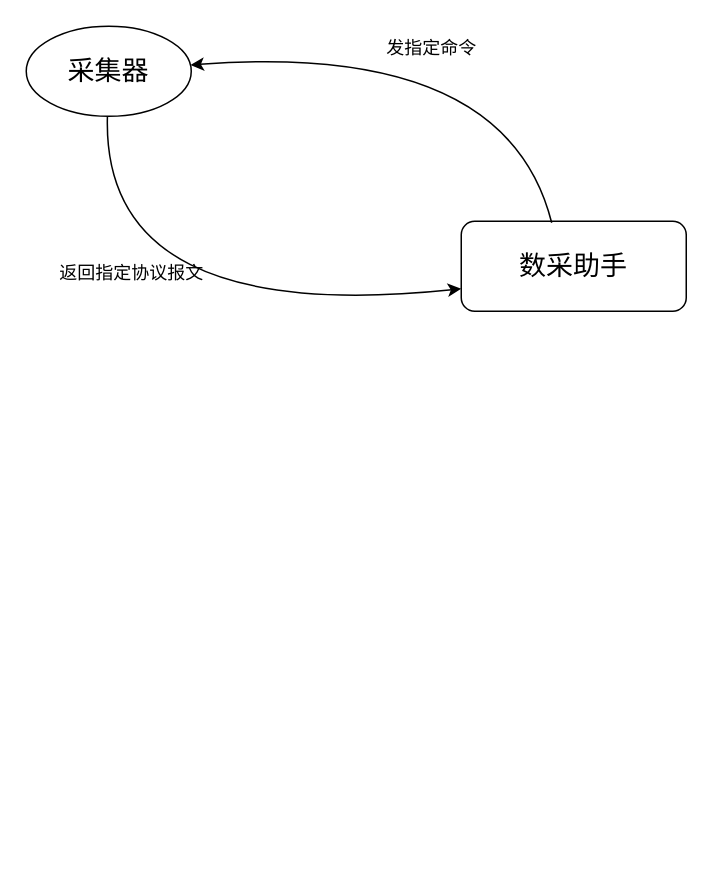
This is 未命名绘图.drawio from GoodDream01/nm-serial, a draw.io file, before an edit. Source tidied: cells renumbered, new cells numbered last; positions are measured from the earlier drawing's top-left corner, leaving out a move shared by most shapes. Both pictures are drawn from the tidied source at 150%, with x=0, y=0 at pixel (26, 26).
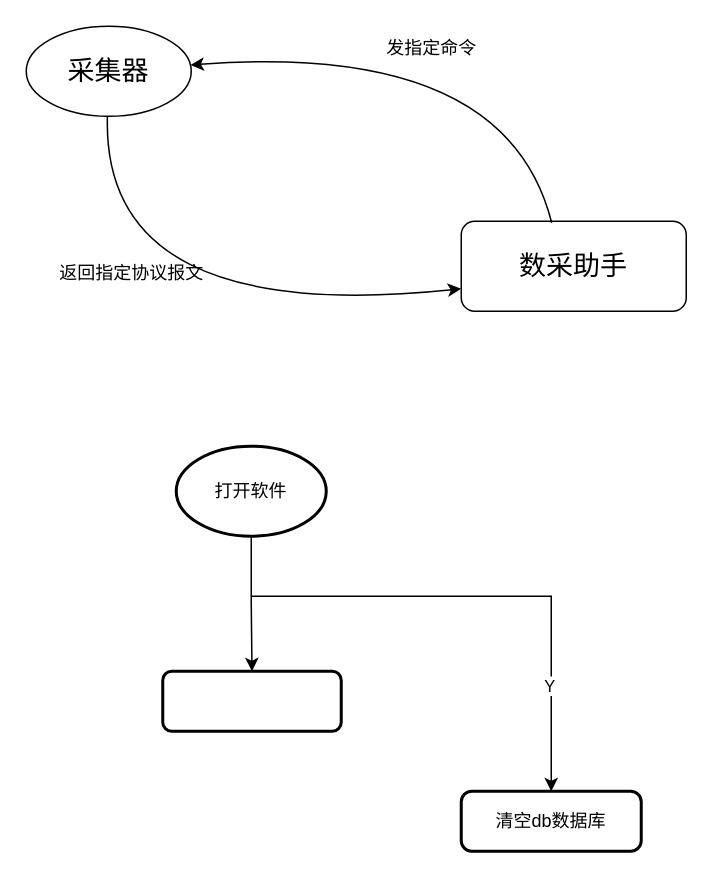
After the change.

Commit message:
更新未命名绘图.drawio

Diff of the diagram source:
```diff
@@
 <mxGraphModel>
   <root>
     <mxCell id="0" />
     <mxCell id="1" parent="0" />
     <mxCell id="2" value="&lt;font style=&quot;font-size: 18px;&quot;&gt;采集器&lt;/font&gt;" style="ellipse;whiteSpace=wrap;html=1;" parent="1" vertex="1">
       <mxGeometry width="110" height="60" as="geometry" />
     </mxCell>
     <mxCell id="3" value="&lt;font style=&quot;font-size: 18px;&quot;&gt;数采助手&lt;/font&gt;" style="rounded=1;whiteSpace=wrap;html=1;" parent="1" vertex="1">
       <mxGeometry x="290" y="130" width="150" height="60" as="geometry" />
     </mxCell>
     <mxCell id="4" style="curved=1;endArrow=classic;html=1;rounded=0;exitX=0.402;exitY=0.017;exitDx=0;exitDy=0;exitPerimeter=0;" parent="1" edge="1" source="3" target="2">
       <mxGeometry relative="1" as="geometry">
         <Array as="points">
           <mxPoint x="320" y="10" />
         </Array>
       </mxGeometry>
     </mxCell>
     <mxCell id="5" style="curved=1;endArrow=classic;html=1;rounded=0;entryX=0;entryY=0.75;entryDx=0;entryDy=0;" parent="1" edge="1" source="2" target="3">
       <mxGeometry relative="1" as="geometry">
         <Array as="points">
           <mxPoint x="50" y="200" />
         </Array>
       </mxGeometry>
     </mxCell>
     <mxCell id="6" value="发指定命令" style="text;html=1;align=center;verticalAlign=middle;strokeColor=none;fillColor=none;" parent="1" vertex="1">
       <mxGeometry x="230" width="80" height="30" as="geometry" />
     </mxCell>
     <mxCell id="7" value="返回指定协议报文" style="text;html=1;align=center;verticalAlign=middle;strokeColor=none;fillColor=none;" parent="1" vertex="1">
       <mxGeometry x="10" y="150" width="120" height="30" as="geometry" />
     </mxCell>
+    <mxCell id="8" style="edgeStyle=orthogonalEdgeStyle;rounded=0;jettySize=auto;html=1;" parent="1" edge="1" source="9" target="11">
+      <mxGeometry relative="1" as="geometry" />
+    </mxCell>
+    <mxCell id="9" value="打开软件" style="strokeWidth=2;html=1;shape=mxgraph.flowchart.start_1;whiteSpace=wrap;" parent="1" vertex="1">
+      <mxGeometry x="100" y="280" width="100" height="60" as="geometry" />
+    </mxCell>
+    <mxCell id="10" value="清空db数据库" style="rounded=1;whiteSpace=wrap;html=1;absoluteArcSize=1;arcSize=14;strokeWidth=2;" parent="1" vertex="1">
+      <mxGeometry x="290" y="510" width="120" height="40" as="geometry" />
+    </mxCell>
+    <mxCell id="11" style="rounded=1;whiteSpace=wrap;html=1;strokeWidth=2;" parent="1" vertex="1">
+      <mxGeometry x="91" y="430" width="119" height="40" as="geometry" />
+    </mxCell>
+    <mxCell id="12" style="endArrow=classic;html=1;rounded=0;entryX=0.5;entryY=0;entryDx=0;entryDy=0;" parent="1" edge="1" target="10">
+      <mxGeometry relative="1" as="geometry">
+        <mxPoint x="150" y="380" as="sourcePoint" />
+        <Array as="points">
+          <mxPoint x="350" y="380" />
+        </Array>
+      </mxGeometry>
+    </mxCell>
+    <mxCell id="13" value="Y" style="edgeLabel;html=1;align=center;verticalAlign=middle;" parent="12" vertex="1">
+      <mxGeometry x="0.57" y="-2" relative="1" as="geometry" />
+    </mxCell>
   </root>
 </mxGraphModel>
```
